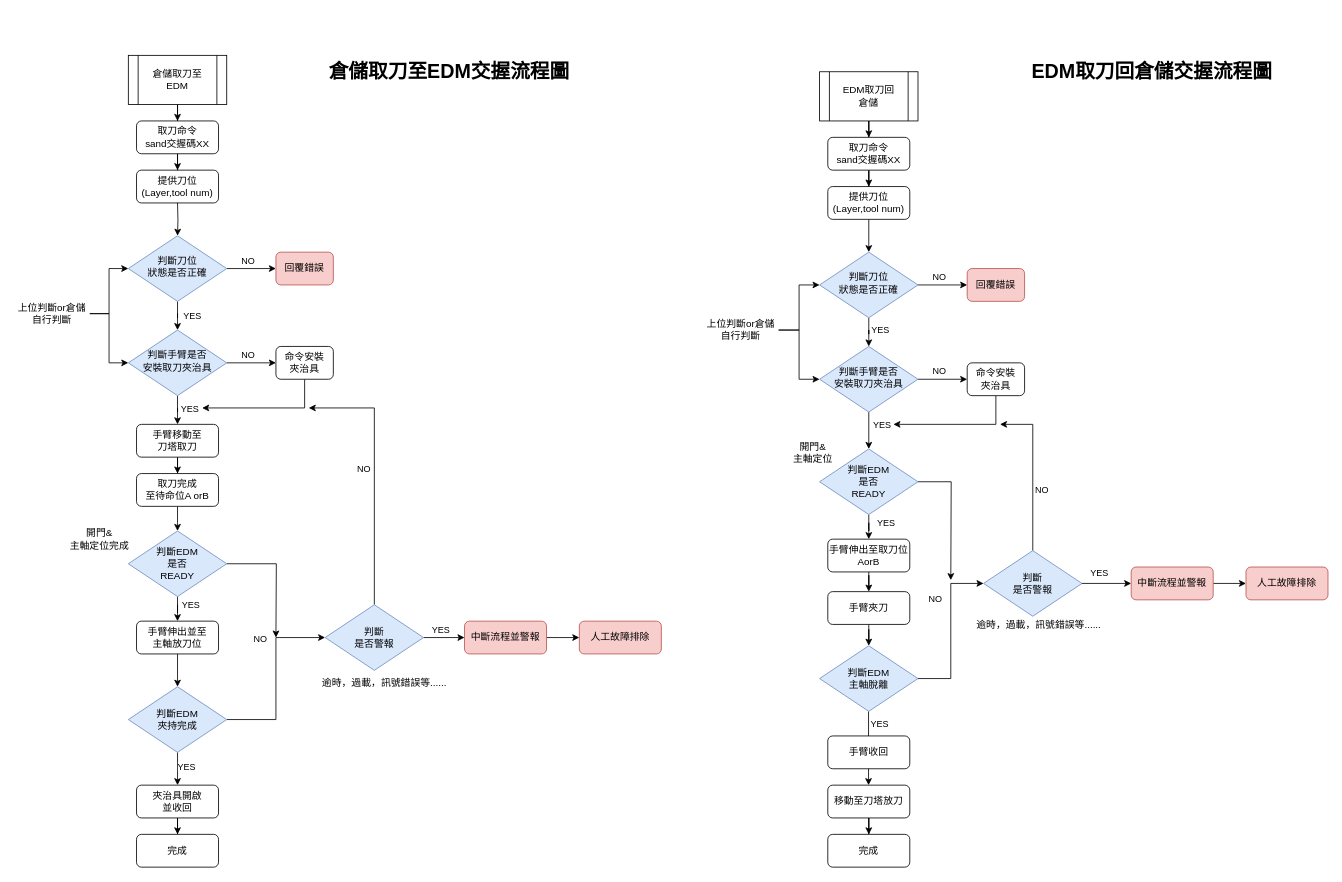
This is page "自動取放刀" (4 of 6) of 上位系統交握流程.drawio from ChiangRyan/process-diagram, a draw.io file, before an edit. Source tidied: cells renumbered, new cells numbered last; positions are measured from the earlier drawing's top-left corner, leaving out a move shared by most shapes. Both pictures are drawn from the tidied source at 82%, with x=0, y=0 at pixel (14, 55).
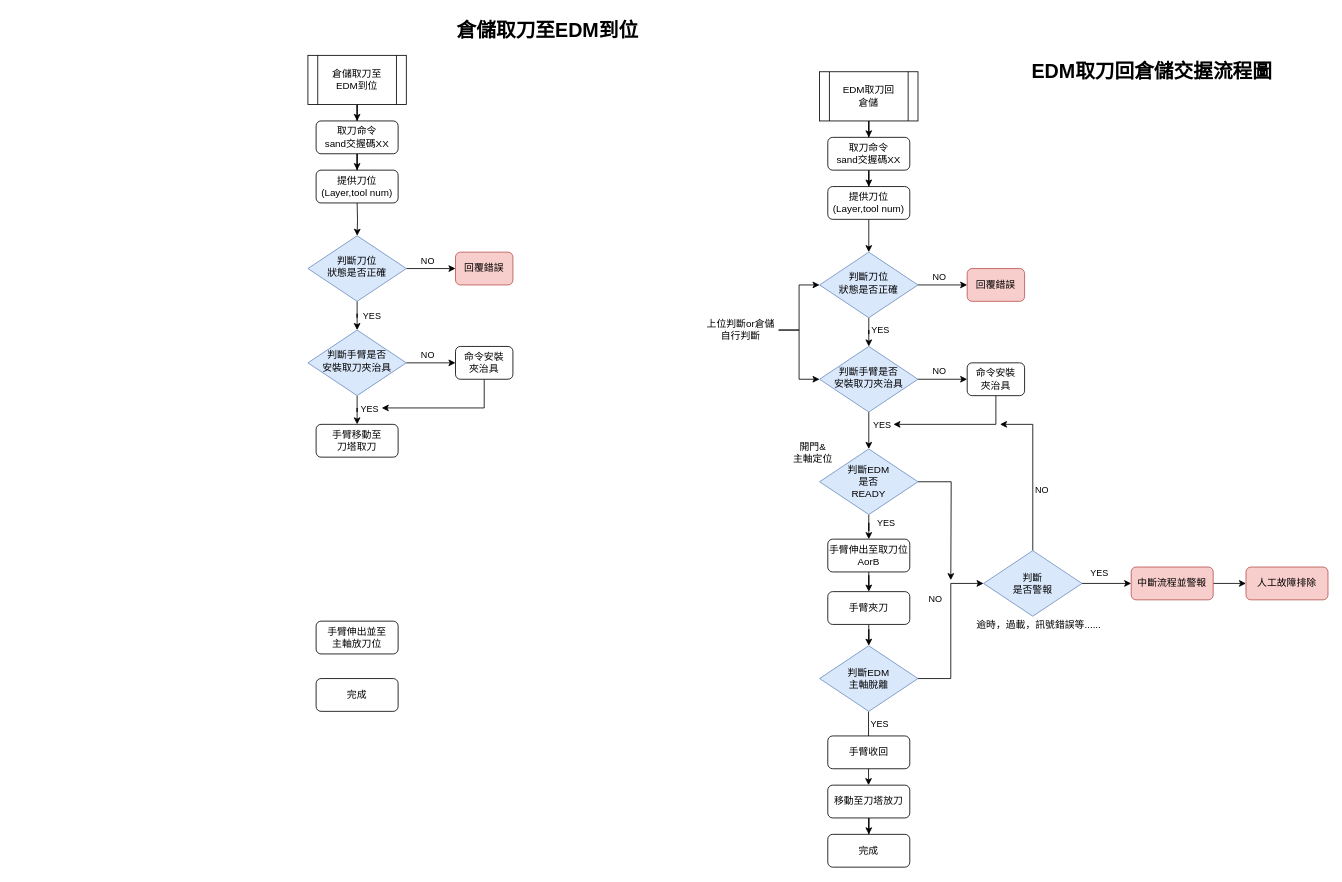
The same page after the edit.

Commit message:
更新上位系統交握流程.drawio

What changed in the source:
```diff
@@
     <mxCell id="2" value="提供刀位(Layer,tool num)" style="rounded=1;whiteSpace=wrap;html=1;fontSize=12;glass=0;strokeWidth=1;shadow=0;" parent="1" vertex="1">
-      <mxGeometry x="149" y="140" width="100" height="40" as="geometry" />
+      <mxGeometry x="368" y="140" width="100" height="40" as="geometry" />
     </mxCell>
-    <mxCell id="3" style="edgeStyle=orthogonalEdgeStyle;rounded=0;jettySize=auto;html=1;entryX=0.5;entryY=0;entryDx=0;entryDy=0;" parent="1" edge="1" source="6" target="25">
-      <mxGeometry relative="1" as="geometry" />
-    </mxCell>
-    <mxCell id="4" value="YES" style="edgeLabel;html=1;align=center;verticalAlign=middle;" parent="3" vertex="1">
-      <mxGeometry x="-0.79" y="-1" relative="1" as="geometry">
-        <mxPoint x="16" y="5" as="offset" />
-      </mxGeometry>
-    </mxCell>
-    <mxCell id="5" style="edgeStyle=orthogonalEdgeStyle;rounded=0;jettySize=auto;html=1;" parent="1" edge="1" source="6">
-      <mxGeometry relative="1" as="geometry">
-        <mxPoint x="319" y="710" as="targetPoint" />
-      </mxGeometry>
-    </mxCell>
-    <mxCell id="6" value="判斷EDM&lt;div&gt;是否&lt;div&gt;READY&lt;/div&gt;&lt;/div&gt;" style="rhombus;whiteSpace=wrap;html=1;fillColor=#dae8fc;strokeColor=#6c8ebf;" parent="1" vertex="1">
-      <mxGeometry x="139" y="580" width="120" height="80" as="geometry" />
-    </mxCell>
@@
-    <mxCell id="8" value="倉儲取刀&lt;span style=&quot;background-color: initial;&quot;&gt;至&lt;/span&gt;&lt;div&gt;&lt;div&gt;EDM&lt;/div&gt;&lt;/div&gt;" style="shape=process;whiteSpace=wrap;html=1;backgroundOutline=1;" parent="1" vertex="1">
-      <mxGeometry x="139" width="120" height="60" as="geometry" />
+    <mxCell id="8" value="倉儲取刀&lt;span style=&quot;background-color: initial;&quot;&gt;至&lt;/span&gt;&lt;div&gt;&lt;div&gt;EDM到位&lt;/div&gt;&lt;/div&gt;" style="shape=process;whiteSpace=wrap;html=1;backgroundOutline=1;" parent="1" vertex="1">
+      <mxGeometry x="358" width="120" height="60" as="geometry" />
     </mxCell>
@@
     <mxCell id="10" value="取刀命令&lt;div&gt;sand交握碼XX&lt;/div&gt;" style="rounded=1;whiteSpace=wrap;html=1;fontSize=12;glass=0;strokeWidth=1;shadow=0;" parent="1" vertex="1">
-      <mxGeometry x="149" y="80" width="100" height="40" as="geometry" />
+      <mxGeometry x="368" y="80" width="100" height="40" as="geometry" />
     </mxCell>
-    <mxCell id="11" style="edgeStyle=orthogonalEdgeStyle;rounded=0;jettySize=auto;html=1;entryX=0.5;entryY=0;entryDx=0;entryDy=0;" parent="1" edge="1" source="12" target="23">
-      <mxGeometry relative="1" as="geometry" />
-    </mxCell>
     <mxCell id="12" value="手臂移動至&lt;div&gt;刀塔取刀&lt;/div&gt;" style="rounded=1;whiteSpace=wrap;html=1;fontSize=12;glass=0;strokeWidth=1;shadow=0;" parent="1" vertex="1">
-      <mxGeometry x="149" y="450" width="100" height="40" as="geometry" />
+      <mxGeometry x="368" y="450" width="100" height="40" as="geometry" />
     </mxCell>
@@
     <mxCell id="16" value="判斷手臂是否&lt;div&gt;安裝取刀夾治具&lt;/div&gt;" style="rhombus;whiteSpace=wrap;html=1;shadow=0;fontFamily=Helvetica;fontSize=12;align=center;strokeWidth=1;spacing=6;spacingTop=-4;fillColor=#dae8fc;strokeColor=#6c8ebf;" parent="1" vertex="1">
-      <mxGeometry x="139" y="335" width="120" height="80" as="geometry" />
+      <mxGeometry x="358" y="335" width="120" height="80" as="geometry" />
     </mxCell>
     <mxCell id="17" style="edgeStyle=orthogonalEdgeStyle;rounded=0;jettySize=auto;html=1;exitX=0.5;exitY=1;exitDx=0;exitDy=0;" parent="1" edge="1" source="18">
       <mxGeometry relative="1" as="geometry">
-        <mxPoint x="229" y="430" as="targetPoint" />
+        <mxPoint x="448" y="430" as="targetPoint" />
         <Array as="points">
-          <mxPoint x="354" y="430" />
+          <mxPoint x="573" y="430" />
         </Array>
       </mxGeometry>
     </mxCell>
     <mxCell id="18" value="命令安裝&lt;div&gt;夾治具&lt;/div&gt;" style="rounded=1;whiteSpace=wrap;html=1;fontSize=12;glass=0;strokeWidth=1;shadow=0;" parent="1" vertex="1">
-      <mxGeometry x="319" y="355" width="70" height="40" as="geometry" />
+      <mxGeometry x="538" y="355" width="70" height="40" as="geometry" />
     </mxCell>
-    <mxCell id="19" style="edgeStyle=orthogonalEdgeStyle;rounded=0;jettySize=auto;html=1;" parent="1" edge="1" source="21" target="84">
-      <mxGeometry relative="1" as="geometry" />
-    </mxCell>
-    <mxCell id="20" style="edgeStyle=orthogonalEdgeStyle;rounded=0;jettySize=auto;html=1;entryX=0;entryY=0.5;entryDx=0;entryDy=0;" parent="1" edge="1" source="21" target="16">
-      <mxGeometry relative="1" as="geometry" />
-    </mxCell>
-    <mxCell id="21" value="上位判斷or倉儲自行判斷" style="text;html=1;align=center;verticalAlign=middle;whiteSpace=wrap;rounded=0;" parent="1" vertex="1">
-      <mxGeometry y="300" width="92" height="30" as="geometry" />
-    </mxCell>
-    <mxCell id="22" style="edgeStyle=orthogonalEdgeStyle;rounded=0;jettySize=auto;html=1;" parent="1" edge="1" source="23">
-      <mxGeometry relative="1" as="geometry">
-        <mxPoint x="199" y="580" as="targetPoint" />
-      </mxGeometry>
-    </mxCell>
-    <mxCell id="23" value="取刀完成&lt;div&gt;至待命位A orB&lt;/div&gt;" style="rounded=1;whiteSpace=wrap;html=1;fontSize=12;glass=0;strokeWidth=1;shadow=0;" parent="1" vertex="1">
-      <mxGeometry x="149" y="510" width="100" height="40" as="geometry" />
-    </mxCell>
-    <mxCell id="24" style="edgeStyle=orthogonalEdgeStyle;rounded=0;jettySize=auto;html=1;entryX=0.5;entryY=0;entryDx=0;entryDy=0;" parent="1" edge="1" source="25" target="35">
-      <mxGeometry relative="1" as="geometry" />
-    </mxCell>
     <mxCell id="25" value="手臂伸出並至&lt;div&gt;主軸放刀位&lt;/div&gt;" style="rounded=1;whiteSpace=wrap;html=1;fontSize=12;glass=0;strokeWidth=1;shadow=0;" parent="1" vertex="1">
-      <mxGeometry x="149" y="690" width="100" height="40" as="geometry" />
+      <mxGeometry x="368" y="690" width="100" height="40" as="geometry" />
     </mxCell>
-    <mxCell id="26" style="edgeStyle=orthogonalEdgeStyle;rounded=0;jettySize=auto;html=1;entryX=0.5;entryY=0;entryDx=0;entryDy=0;" parent="1" edge="1" source="27" target="43">
-      <mxGeometry relative="1" as="geometry" />
-    </mxCell>
-    <mxCell id="27" value="夾治具開啟&lt;div&gt;並收回&lt;/div&gt;" style="rounded=1;whiteSpace=wrap;html=1;fontSize=12;glass=0;strokeWidth=1;shadow=0;" parent="1" vertex="1">
-      <mxGeometry x="149" y="890" width="100" height="40" as="geometry" />
-    </mxCell>
-    <mxCell id="28" style="edgeStyle=orthogonalEdgeStyle;rounded=0;jettySize=auto;html=1;entryX=0;entryY=0.5;entryDx=0;entryDy=0;" parent="1" edge="1" source="29" target="42">
-      <mxGeometry relative="1" as="geometry" />
-    </mxCell>
-    <mxCell id="29" value="中斷流程並警報" style="rounded=1;whiteSpace=wrap;html=1;fontSize=12;glass=0;strokeWidth=1;shadow=0;fillColor=#f8cecc;strokeColor=#b85450;" parent="1" vertex="1">
-      <mxGeometry x="549" y="690" width="100" height="40" as="geometry" />
-    </mxCell>
-    <mxCell id="30" value="逾時，過載，訊號錯誤等......" style="text;html=1;align=center;verticalAlign=middle;whiteSpace=wrap;rounded=0;" parent="1" vertex="1">
-      <mxGeometry x="359" y="740" width="185" height="50" as="geometry" />
-    </mxCell>
-    <mxCell id="31" style="edgeStyle=orthogonalEdgeStyle;rounded=0;jettySize=auto;html=1;entryX=0;entryY=0.5;entryDx=0;entryDy=0;" parent="1" edge="1" source="35" target="40">
-      <mxGeometry relative="1" as="geometry" />
-    </mxCell>
-    <mxCell id="32" value="NO" style="edgeLabel;html=1;align=center;verticalAlign=middle;" parent="31" vertex="1">
-      <mxGeometry x="-0.16" y="2" relative="1" as="geometry">
-        <mxPoint x="-18" y="-67" as="offset" />
-      </mxGeometry>
-    </mxCell>
-    <mxCell id="33" style="edgeStyle=orthogonalEdgeStyle;rounded=0;jettySize=auto;html=1;entryX=0.5;entryY=0;entryDx=0;entryDy=0;" parent="1" edge="1" source="35" target="27">
-      <mxGeometry relative="1" as="geometry" />
-    </mxCell>
-    <mxCell id="34" value="YES" style="edgeLabel;html=1;align=center;verticalAlign=middle;" parent="33" vertex="1">
-      <mxGeometry x="-0.13" relative="1" as="geometry">
-        <mxPoint x="10" as="offset" />
-      </mxGeometry>
-    </mxCell>
-    <mxCell id="35" value="判斷EDM&lt;div&gt;夾持完成&lt;/div&gt;" style="rhombus;whiteSpace=wrap;html=1;fillColor=#dae8fc;strokeColor=#6c8ebf;" parent="1" vertex="1">
-      <mxGeometry x="139" y="770" width="120" height="80" as="geometry" />
-    </mxCell>
-    <mxCell id="36" style="edgeStyle=orthogonalEdgeStyle;rounded=0;jettySize=auto;html=1;entryX=0;entryY=0.5;entryDx=0;entryDy=0;" parent="1" edge="1" source="40" target="29">
-      <mxGeometry relative="1" as="geometry" />
-    </mxCell>
-    <mxCell id="37" value="YES" style="edgeLabel;html=1;align=center;verticalAlign=middle;" parent="36" vertex="1">
-      <mxGeometry x="-0.27" relative="1" as="geometry">
-        <mxPoint x="2" y="-10" as="offset" />
-      </mxGeometry>
-    </mxCell>
-    <mxCell id="38" style="edgeStyle=orthogonalEdgeStyle;rounded=0;jettySize=auto;html=1;" parent="1" edge="1" source="40">
-      <mxGeometry relative="1" as="geometry">
-        <mxPoint x="359" y="430" as="targetPoint" />
-        <Array as="points">
-          <mxPoint x="439" y="430" />
-        </Array>
-      </mxGeometry>
-    </mxCell>
-    <mxCell id="39" value="NO" style="edgeLabel;html=1;align=center;verticalAlign=middle;" parent="38" vertex="1">
-      <mxGeometry x="0.11" y="-2" relative="1" as="geometry">
-        <mxPoint x="-16" y="12" as="offset" />
-      </mxGeometry>
-    </mxCell>
-    <mxCell id="40" value="判斷&lt;div&gt;是否警報&lt;/div&gt;" style="rhombus;whiteSpace=wrap;html=1;fillColor=#dae8fc;strokeColor=#6c8ebf;" parent="1" vertex="1">
-      <mxGeometry x="379" y="670" width="120" height="80" as="geometry" />
-    </mxCell>
-    <mxCell id="41" value="開門&amp;amp;&lt;div&gt;&lt;span style=&quot;background-color: initial;&quot;&gt;主軸定位完成&lt;/span&gt;&lt;/div&gt;" style="text;html=1;align=center;verticalAlign=middle;whiteSpace=wrap;rounded=0;" parent="1" vertex="1">
-      <mxGeometry x="39" y="575" width="130" height="30" as="geometry" />
-    </mxCell>
-    <mxCell id="42" value="人工故障排除" style="rounded=1;whiteSpace=wrap;html=1;fontSize=12;glass=0;strokeWidth=1;shadow=0;fillColor=#f8cecc;strokeColor=#b85450;" parent="1" vertex="1">
-      <mxGeometry x="689" y="690" width="100" height="40" as="geometry" />
-    </mxCell>
     <mxCell id="43" value="完成" style="rounded=1;whiteSpace=wrap;html=1;fontSize=12;glass=0;strokeWidth=1;shadow=0;" parent="1" vertex="1">
-      <mxGeometry x="149" y="950" width="100" height="40" as="geometry" />
+      <mxGeometry x="368" y="760" width="100" height="40" as="geometry" />
     </mxCell>
@@
     <mxCell id="79" style="edgeStyle=orthogonalEdgeStyle;rounded=0;jettySize=auto;html=1;entryX=0.5;entryY=0;entryDx=0;entryDy=0;" parent="1" edge="1" target="84">
       <mxGeometry relative="1" as="geometry">
-        <mxPoint x="199" y="180" as="sourcePoint" />
+        <mxPoint x="418" y="180" as="sourcePoint" />
       </mxGeometry>
     </mxCell>
@@
     <mxCell id="84" value="判斷刀位&lt;div&gt;狀態是否正確&lt;/div&gt;" style="rhombus;whiteSpace=wrap;html=1;shadow=0;fontFamily=Helvetica;fontSize=12;align=center;strokeWidth=1;spacing=6;spacingTop=-4;fillColor=#dae8fc;strokeColor=#6c8ebf;" parent="1" vertex="1">
-      <mxGeometry x="139" y="220" width="120" height="80" as="geometry" />
+      <mxGeometry x="358" y="220" width="120" height="80" as="geometry" />
     </mxCell>
     <mxCell id="85" value="回覆錯誤" style="rounded=1;whiteSpace=wrap;html=1;fontSize=12;glass=0;strokeWidth=1;shadow=0;fillColor=#f8cecc;strokeColor=#b85450;" parent="1" vertex="1">
-      <mxGeometry x="319" y="240" width="70" height="40" as="geometry" />
+      <mxGeometry x="538" y="240" width="70" height="40" as="geometry" />
     </mxCell>
@@
-    <mxCell id="99" value="倉儲取刀至EDM交握流程圖" style="text;strokeColor=none;fillColor=none;html=1;fontSize=24;fontStyle=1;verticalAlign=middle;align=center;" parent="1" vertex="1">
-      <mxGeometry x="480" width="100" height="40" as="geometry" />
+    <mxCell id="99" value="倉儲取刀至EDM到位" style="text;strokeColor=none;fillColor=none;html=1;fontSize=24;fontStyle=1;verticalAlign=middle;align=center;" parent="1" vertex="1">
+      <mxGeometry x="600" y="-50" width="100" height="40" as="geometry" />
     </mxCell>
```
